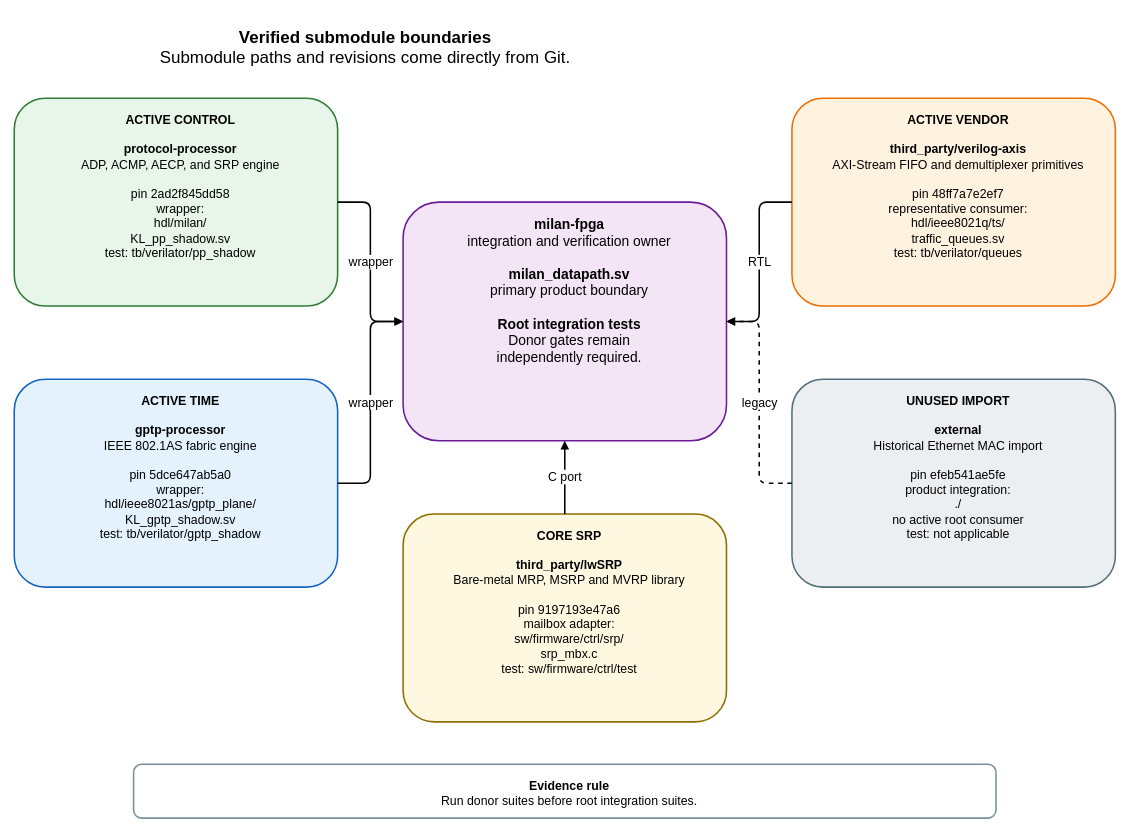
Before: docs/diagrams/submodule_boundaries.drawio in kebag-logic/milan-fpga, a draw.io diagram. Source tidied: cells renumbered, new cells numbered last; positions are measured from the earlier drawing's top-left corner, leaving out a move shared by most shapes. Both pictures are drawn from the tidied source at 77%, with x=0, y=0 at pixel (14, 13).
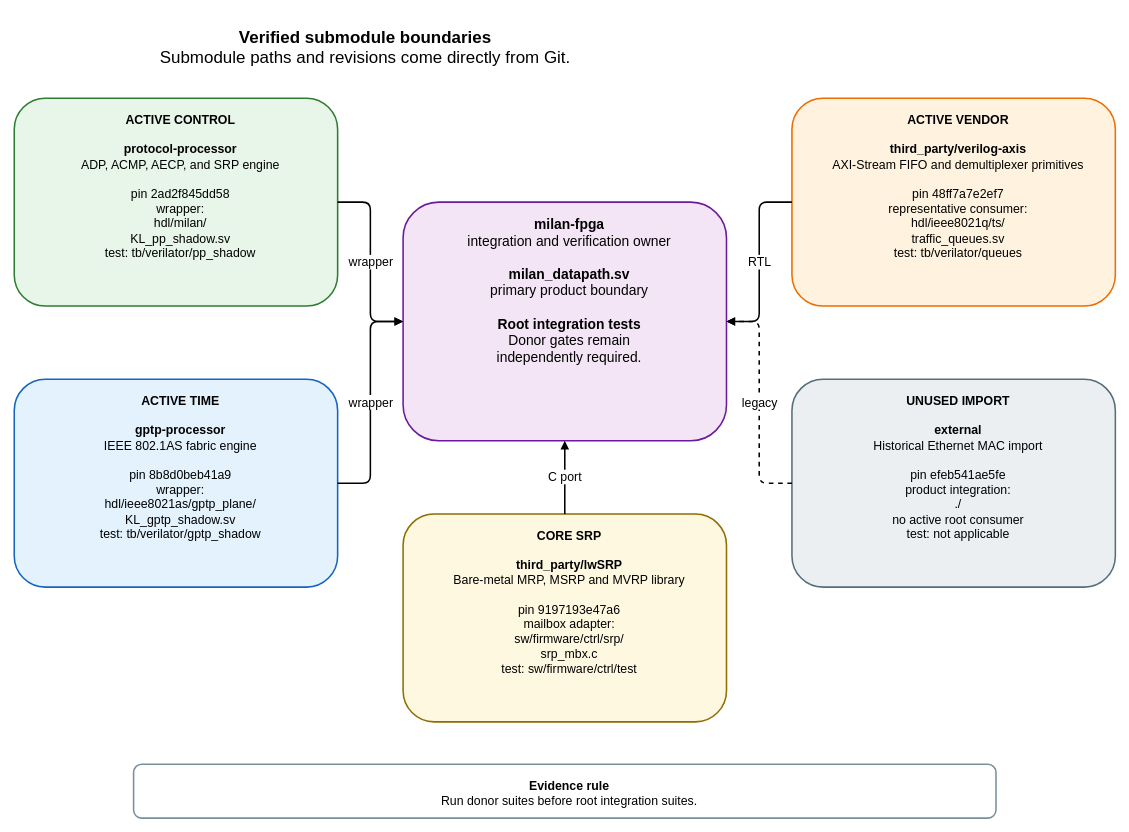
The same diagram, later.

Change to the diagram source:
```diff
@@
 <mxGraphModel>
   <root>
     <mxCell id="0" />
     <mxCell id="1" parent="0" />
     <mxCell id="2" value="&lt;b&gt;Verified submodule boundaries&lt;/b&gt;&lt;br&gt;Submodule paths and revisions come directly from Git." style="rounded=1;whiteSpace=wrap;html=1;verticalAlign=top;spacingTop=12;spacingLeft=12;fontSize=22;fontFamily=Helvetica;fillColor=none;strokeColor=none;strokeWidth=2;" parent="1" vertex="1">
       <mxGeometry width="900" height="65" as="geometry" />
     </mxCell>
     <mxCell id="3" value="&lt;b&gt;milan-fpga&lt;/b&gt;&lt;br&gt;integration and verification owner&lt;br&gt;&lt;br&gt;&lt;b&gt;milan_datapath.sv&lt;/b&gt;&lt;br&gt;primary product boundary&lt;br&gt;&lt;br&gt;&lt;b&gt;Root integration tests&lt;/b&gt;&lt;br&gt;Donor gates remain&lt;br&gt;independently required." style="rounded=1;whiteSpace=wrap;html=1;verticalAlign=top;spacingTop=12;spacingLeft=12;fontSize=18;fontFamily=Helvetica;fillColor=#F3E5F5;strokeColor=#6A1B9A;strokeWidth=2;" parent="1" vertex="1">
       <mxGeometry x="505" y="245" width="420" height="310" as="geometry" />
     </mxCell>
     <mxCell id="4" value="&lt;b&gt;ACTIVE CONTROL&lt;/b&gt;&lt;br&gt;&lt;br&gt;&lt;b&gt;protocol-processor&lt;/b&gt;&lt;br&gt;ADP, ACMP, AECP, and SRP engine&lt;br&gt;&lt;br&gt;pin 2ad2f845dd58&lt;br&gt;wrapper:&lt;br&gt;hdl/milan/&lt;br&gt;KL_pp_shadow.sv&lt;br&gt;test: tb/verilator/pp_shadow" style="rounded=1;whiteSpace=wrap;html=1;verticalAlign=top;spacingTop=12;spacingLeft=12;fontSize=16;fontFamily=Helvetica;fillColor=#E8F5E9;strokeColor=#2E7D32;strokeWidth=2;" parent="1" vertex="1">
       <mxGeometry y="110" width="420" height="270" as="geometry" />
     </mxCell>
-    <mxCell id="5" value="&lt;b&gt;ACTIVE TIME&lt;/b&gt;&lt;br&gt;&lt;br&gt;&lt;b&gt;gptp-processor&lt;/b&gt;&lt;br&gt;IEEE 802.1AS fabric engine&lt;br&gt;&lt;br&gt;pin 5dce647ab5a0&lt;br&gt;wrapper:&lt;br&gt;hdl/ieee8021as/gptp_plane/&lt;br&gt;KL_gptp_shadow.sv&lt;br&gt;test: tb/verilator/gptp_shadow" style="rounded=1;whiteSpace=wrap;html=1;verticalAlign=top;spacingTop=12;spacingLeft=12;fontSize=16;fontFamily=Helvetica;fillColor=#E3F2FD;strokeColor=#1565C0;strokeWidth=2;" parent="1" vertex="1">
+    <mxCell id="5" value="&lt;b&gt;ACTIVE TIME&lt;/b&gt;&lt;br&gt;&lt;br&gt;&lt;b&gt;gptp-processor&lt;/b&gt;&lt;br&gt;IEEE 802.1AS fabric engine&lt;br&gt;&lt;br&gt;pin 8b8d0beb41a9&lt;br&gt;wrapper:&lt;br&gt;hdl/ieee8021as/gptp_plane/&lt;br&gt;KL_gptp_shadow.sv&lt;br&gt;test: tb/verilator/gptp_shadow" style="rounded=1;whiteSpace=wrap;html=1;verticalAlign=top;spacingTop=12;spacingLeft=12;fontSize=16;fontFamily=Helvetica;fillColor=#E3F2FD;strokeColor=#1565C0;strokeWidth=2;" parent="1" vertex="1">
       <mxGeometry y="475" width="420" height="270" as="geometry" />
     </mxCell>
     <mxCell id="6" value="&lt;b&gt;ACTIVE VENDOR&lt;/b&gt;&lt;br&gt;&lt;br&gt;&lt;b&gt;third_party/verilog-axis&lt;/b&gt;&lt;br&gt;AXI-Stream FIFO and demultiplexer primitives&lt;br&gt;&lt;br&gt;pin 48ff7a7e2ef7&lt;br&gt;representative consumer:&lt;br&gt;hdl/ieee8021q/ts/&lt;br&gt;traffic_queues.sv&lt;br&gt;test: tb/verilator/queues" style="rounded=1;whiteSpace=wrap;html=1;verticalAlign=top;spacingTop=12;spacingLeft=12;fontSize=16;fontFamily=Helvetica;fillColor=#FFF3E0;strokeColor=#EF6C00;strokeWidth=2;" parent="1" vertex="1">
       <mxGeometry x="1010" y="110" width="420" height="270" as="geometry" />
     </mxCell>
     <mxCell id="7" value="&lt;b&gt;UNUSED IMPORT&lt;/b&gt;&lt;br&gt;&lt;br&gt;&lt;b&gt;external&lt;/b&gt;&lt;br&gt;Historical Ethernet MAC import&lt;br&gt;&lt;br&gt;pin efeb541ae5fe&lt;br&gt;product integration:&lt;br&gt;./&lt;br&gt;no active root consumer&lt;br&gt;test: not applicable" style="rounded=1;whiteSpace=wrap;html=1;verticalAlign=top;spacingTop=12;spacingLeft=12;fontSize=16;fontFamily=Helvetica;fillColor=#ECEFF1;strokeColor=#546E7A;strokeWidth=2;" parent="1" vertex="1">
       <mxGeometry x="1010" y="475" width="420" height="270" as="geometry" />
     </mxCell>
     <mxCell id="8" value="&lt;b&gt;CORE SRP&lt;/b&gt;&lt;br&gt;&lt;br&gt;&lt;b&gt;third_party/lwSRP&lt;/b&gt;&lt;br&gt;Bare-metal MRP, MSRP and MVRP library&lt;br&gt;&lt;br&gt;pin 9197193e47a6&lt;br&gt;mailbox adapter:&lt;br&gt;sw/firmware/ctrl/srp/&lt;br&gt;srp_mbx.c&lt;br&gt;test: sw/firmware/ctrl/test" style="rounded=1;whiteSpace=wrap;html=1;verticalAlign=top;spacingTop=12;spacingLeft=12;fontSize=16;fontFamily=Helvetica;fillColor=#FFF8E1;strokeColor=#8D6E00;strokeWidth=2;" parent="1" vertex="1">
       <mxGeometry x="505" y="650" width="420" height="270" as="geometry" />
     </mxCell>
     <mxCell id="9" value="wrapper" style="edgeStyle=orthogonalEdgeStyle;rounded=1;jettySize=auto;html=1;endArrow=block;endFill=1;strokeWidth=2;fontSize=16;fontFamily=Helvetica;labelBackgroundColor=#FFFFFF;" parent="1" edge="1" source="4" target="3">
       <mxGeometry relative="1" as="geometry" />
     </mxCell>
     <mxCell id="10" value="wrapper" style="edgeStyle=orthogonalEdgeStyle;rounded=1;jettySize=auto;html=1;endArrow=block;endFill=1;strokeWidth=2;fontSize=16;fontFamily=Helvetica;labelBackgroundColor=#FFFFFF;" parent="1" edge="1" source="5" target="3">
       <mxGeometry relative="1" as="geometry" />
     </mxCell>
     <mxCell id="11" value="RTL" style="edgeStyle=orthogonalEdgeStyle;rounded=1;jettySize=auto;html=1;endArrow=block;endFill=1;strokeWidth=2;fontSize=16;fontFamily=Helvetica;labelBackgroundColor=#FFFFFF;" parent="1" edge="1" source="6" target="3">
       <mxGeometry relative="1" as="geometry" />
     </mxCell>
     <mxCell id="12" value="legacy" style="edgeStyle=orthogonalEdgeStyle;rounded=1;jettySize=auto;html=1;endArrow=block;endFill=1;strokeWidth=2;fontSize=16;fontFamily=Helvetica;labelBackgroundColor=#FFFFFF;dashed=1;" parent="1" edge="1" source="7" target="3">
       <mxGeometry relative="1" as="geometry" />
     </mxCell>
     <mxCell id="13" value="C port" style="edgeStyle=orthogonalEdgeStyle;rounded=1;jettySize=auto;html=1;endArrow=block;endFill=1;strokeWidth=2;fontSize=16;fontFamily=Helvetica;labelBackgroundColor=#FFFFFF;" parent="1" edge="1" source="8" target="3">
       <mxGeometry relative="1" as="geometry" />
     </mxCell>
     <mxCell id="14" value="&lt;b&gt;Evidence rule&lt;/b&gt;&lt;br&gt;Run donor suites before root integration suites." style="rounded=1;whiteSpace=wrap;html=1;verticalAlign=top;spacingTop=12;spacingLeft=12;fontSize=16;fontFamily=Helvetica;fillColor=#FFFFFF;strokeColor=#78909C;strokeWidth=2;" parent="1" vertex="1">
       <mxGeometry x="155" y="975" width="1120" height="70" as="geometry" />
     </mxCell>
   </root>
 </mxGraphModel>
```
